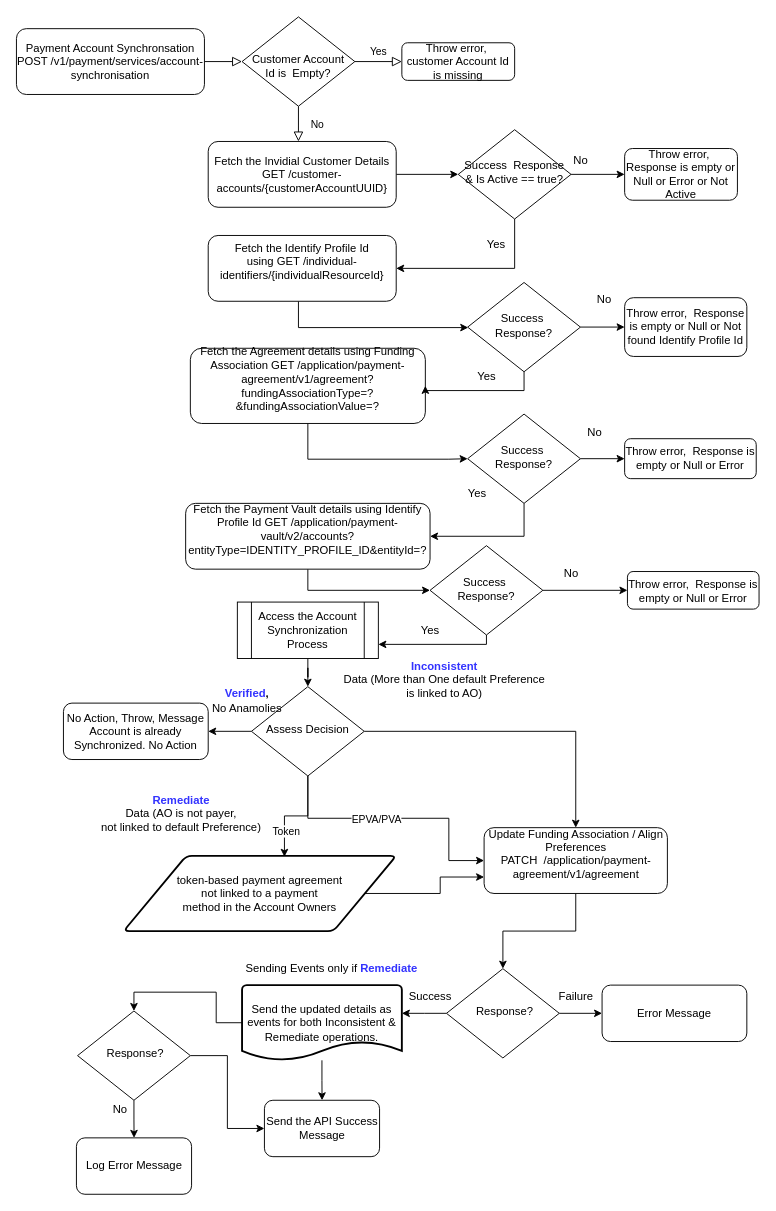
Earlier version of the draw.io diagram paydiagram.drawio (evasanthan/testRestApp). Source tidied: cells renumbered, new cells numbered last; positions are measured from the earlier drawing's top-left corner, leaving out a move shared by most shapes. Both pictures are drawn from the tidied source at 94%, with x=0, y=0 at pixel (16, 17).
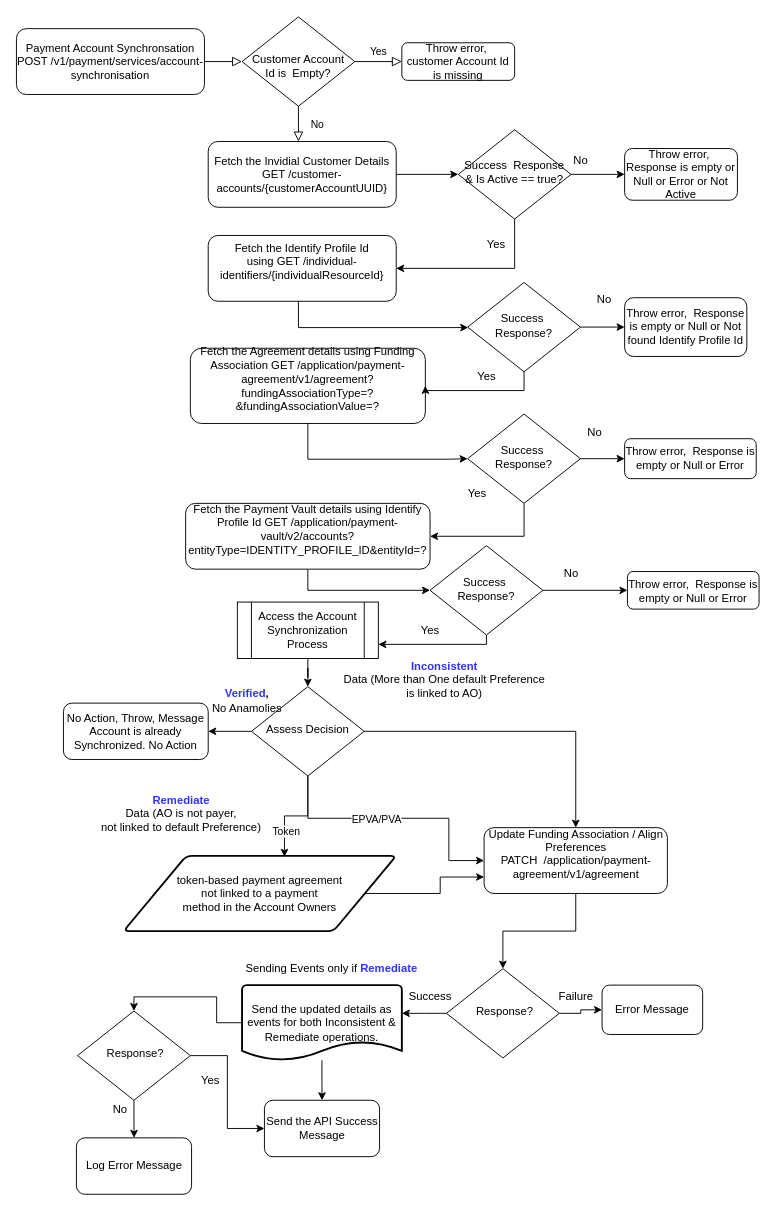
The same diagram, later.

Unchanged cells that the change refers to:
```xml
<mxCell id="57" value="&lt;span&gt;Send the updated details as events for both Inconsistent &amp;amp; Remediate operations.&lt;/span&gt;" style="strokeWidth=2;html=1;shape=mxgraph.flowchart.document2;whiteSpace=wrap;size=0.25;" parent="1" vertex="1">
  <mxGeometry x="240" y="1029.5" width="170" height="80" as="geometry" />
</mxCell>
<mxCell id="70" value="&amp;nbsp;Response?" style="rhombus;whiteSpace=wrap;html=1;shadow=0;fontFamily=Helvetica;fontSize=12;align=center;strokeWidth=1;spacing=6;spacingTop=-4;" parent="1" vertex="1">
  <mxGeometry x="65" y="1057" width="120" height="95" as="geometry" />
</mxCell>
```

Diff of the diagram source:
```diff
@@
     <mxCell id="52" value="Error Message" style="rounded=1;whiteSpace=wrap;html=1;" parent="1" vertex="1">
-      <mxGeometry x="623" y="1029.5" width="154" height="60" as="geometry" />
+      <mxGeometry x="623" y="1029.5" width="107" height="52.5" as="geometry" />
     </mxCell>
@@
     <mxCell id="56" style="edgeStyle=orthogonalEdgeStyle;rounded=0;jettySize=auto;html=1;entryX=0.5;entryY=0;entryDx=0;entryDy=0;" parent="1" edge="1" source="57" target="70">
-      <mxGeometry relative="1" as="geometry" />
+      <mxGeometry relative="1" as="geometry">
+        <Array as="points">
+          <mxPoint x="213" y="1070" />
+          <mxPoint x="213" y="1042" />
+          <mxPoint x="125" y="1042" />
+        </Array>
+      </mxGeometry>
     </mxCell>
@@
+    <mxCell id="73" value="Yes" style="text;html=1;align=center;verticalAlign=middle;strokeColor=none;" parent="1" vertex="1">
+      <mxGeometry x="186.2" y="1121" width="40" height="20" as="geometry" />
+    </mxCell>
```
